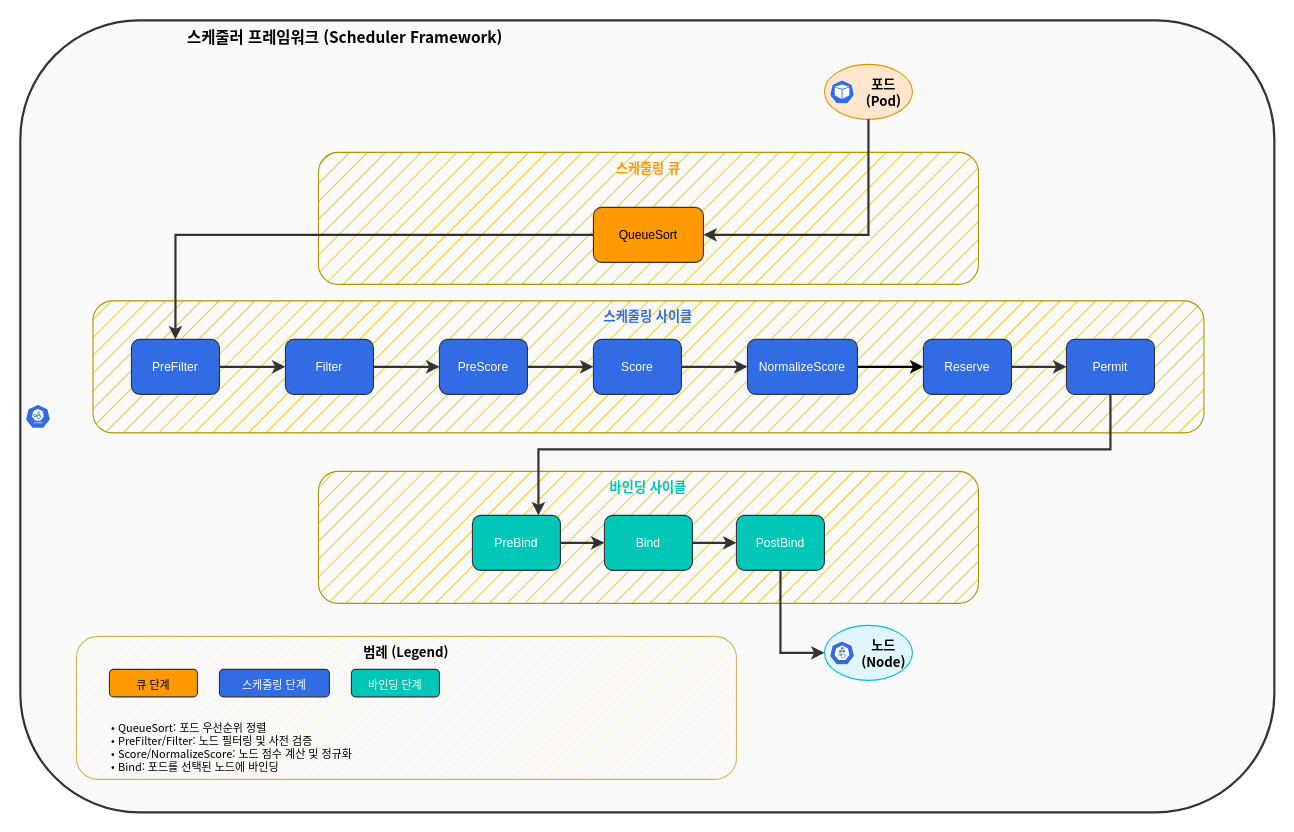
The draw.io diagram assets/generated-diagrams/custom-scheduler-framework-architecture.drawio in Atom-oh/kubernetes-docs, before the edit. Source tidied: cells renumbered, new cells numbered last; positions are measured from the earlier drawing's top-left corner, leaving out a move shared by most shapes. Both pictures are drawn from the tidied source at 110%, with x=0, y=0 at pixel (20, 20).
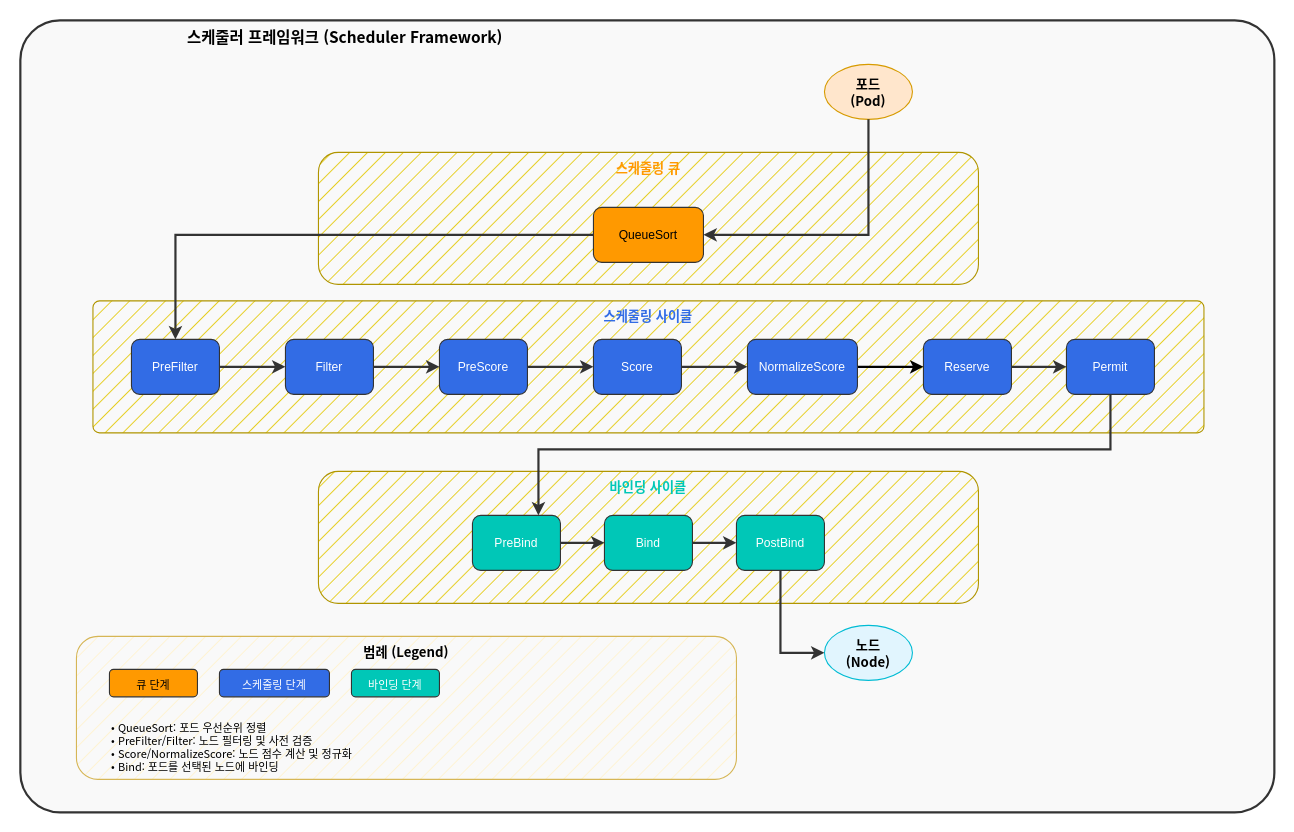
The same diagram, later.

What changed in the source:
```diff
@@
-    <mxCell id="2" value="스케줄러 프레임워크 (Scheduler Framework)" style="rounded=1;whiteSpace=wrap;html=1;fillColor=#f9f9f9;strokeColor=#333333;strokeWidth=2;fontSize=14;fontStyle=1;verticalAlign=top;align=left;spacingLeft=150;fontFamily=Noto Sans CJK KR;" parent="1" vertex="1">
+    <mxCell id="2" value="스케줄러 프레임워크 (Scheduler Framework)" style="rounded=1;whiteSpace=wrap;html=1;fillColor=#f9f9f9;strokeColor=#333333;strokeWidth=2;fontSize=14;fontStyle=1;verticalAlign=top;align=left;spacingLeft=150;fontFamily=Noto Sans CJK KR;arcSize=5;" parent="1" vertex="1">
       <mxGeometry width="1140" height="720" as="geometry" />
     </mxCell>
@@
-    <mxCell id="5" value="&lt;span style=&quot;color: rgb(50, 108, 229);&quot;&gt;스케줄링 사이클&lt;/span&gt;" style="rounded=1;whiteSpace=wrap;html=1;fillColor=#e3c800;strokeColor=#B09500;strokeWidth=1;fontSize=12;fontStyle=1;verticalAlign=top;fontColor=#000000;fillStyle=hatch;fontFamily=Noto Sans CJK KR;" parent="1" vertex="1">
+    <mxCell id="5" value="&lt;span style=&quot;color: rgb(50, 108, 229);&quot;&gt;스케줄링 사이클&lt;/span&gt;" style="rounded=1;whiteSpace=wrap;html=1;fillColor=#e3c800;strokeColor=#B09500;strokeWidth=1;fontSize=12;fontStyle=1;verticalAlign=top;fontColor=#000000;fillStyle=hatch;fontFamily=Noto Sans CJK KR;arcSize=5;" parent="1" vertex="1">
       <mxGeometry x="66" y="255" width="1010" height="120" as="geometry" />
     </mxCell>
-    <mxCell id="6" value="포드&#10;(Pod)" style="ellipse;whiteSpace=wrap;html=1;fillColor=#FFE6CC;strokeColor=#D79B00;fontSize=12;fontStyle=1;fontFamily=Noto Sans CJK KR;spacingLeft=28;" parent="1" vertex="1">
+    <mxCell id="6" value="포드&#10;(Pod)" style="ellipse;whiteSpace=wrap;html=1;fillColor=#FFE6CC;strokeColor=#D79B00;fontSize=12;fontStyle=1;fontFamily=Noto Sans CJK KR;" parent="1" vertex="1">
       <mxGeometry x="731" y="40" width="80" height="50" as="geometry" />
     </mxCell>
@@
-    <mxCell id="19" value="노드&#10;(Node)" style="ellipse;whiteSpace=wrap;html=1;fillColor=#E1F5FE;strokeColor=#00BCD4;fontSize=12;fontStyle=1;fontFamily=Noto Sans CJK KR;spacingLeft=28;" parent="1" vertex="1">
+    <mxCell id="19" value="노드&#10;(Node)" style="ellipse;whiteSpace=wrap;html=1;fillColor=#E1F5FE;strokeColor=#00BCD4;fontSize=12;fontStyle=1;fontFamily=Noto Sans CJK KR;" parent="1" vertex="1">
       <mxGeometry x="731" y="550" width="80" height="50" as="geometry" />
     </mxCell>
@@
-    <mxCell id="36" style="sketch=0;fontColor=#232F3E;gradientColor=none;fillColor=#326CE5;strokeColor=none;dashed=0;verticalLabelPosition=middle;verticalAlign=middle;align=left;html=1;fontSize=0;fontStyle=0;shape=mxgraph.kubernetes.icon;prIcon=sched;" parent="1" vertex="1">
-      <mxGeometry x="4" y="349" width="24" height="22" as="geometry" />
-    </mxCell>
-    <mxCell id="37" style="sketch=0;fontColor=#232F3E;gradientColor=none;fillColor=#326CE5;strokeColor=none;dashed=0;verticalLabelPosition=middle;verticalAlign=middle;align=left;html=1;fontSize=0;fontStyle=0;shape=mxgraph.kubernetes.icon;prIcon=pod;" parent="1" vertex="1">
-      <mxGeometry x="735" y="54" width="24" height="22" as="geometry" />
-    </mxCell>
-    <mxCell id="38" style="sketch=0;fontColor=#232F3E;gradientColor=none;fillColor=#326CE5;strokeColor=none;dashed=0;verticalLabelPosition=middle;verticalAlign=middle;align=left;html=1;fontSize=0;fontStyle=0;shape=mxgraph.kubernetes.icon;prIcon=node;" parent="1" vertex="1">
-      <mxGeometry x="735" y="564" width="24" height="22" as="geometry" />
-    </mxCell>
```
